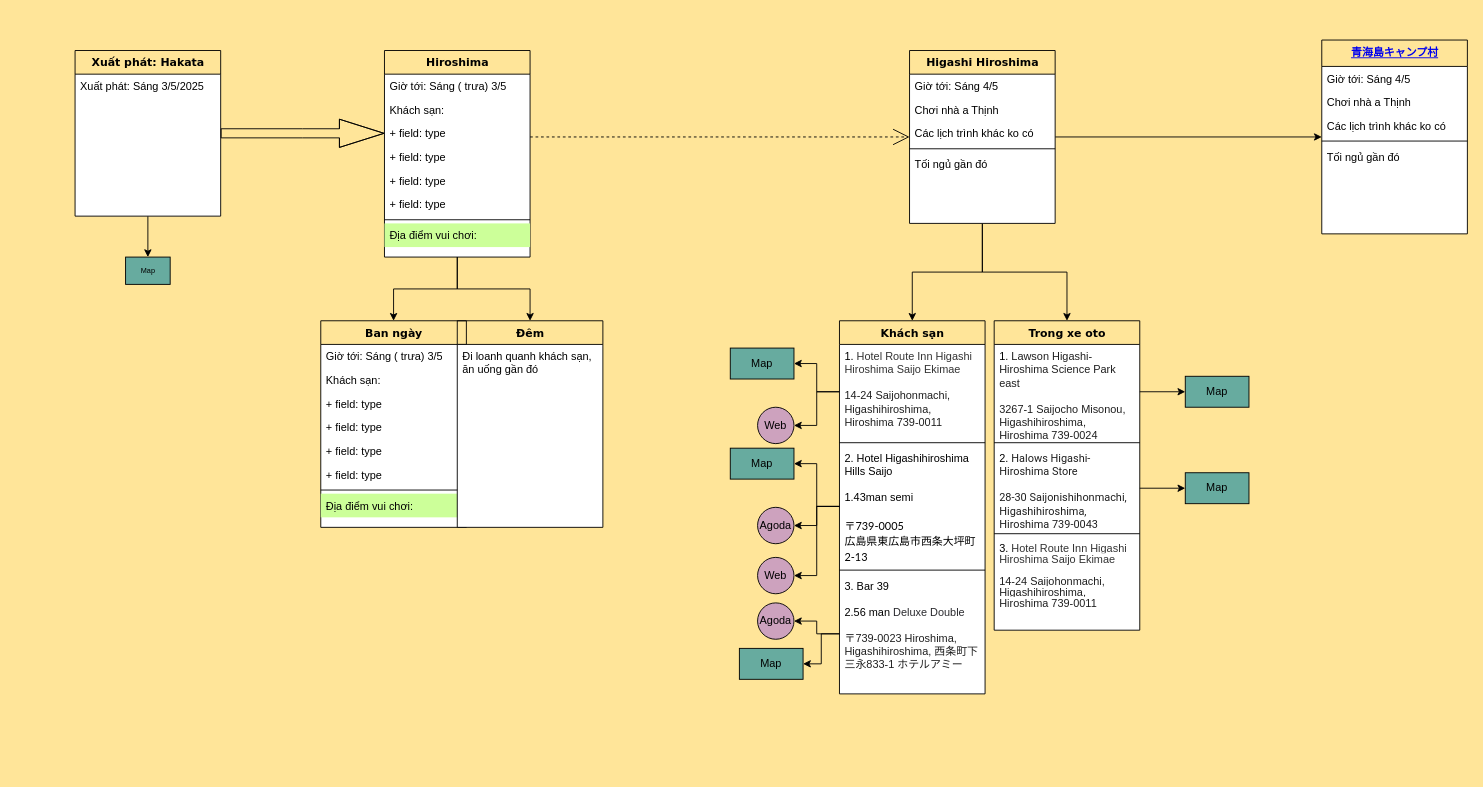
The draw.io diagram T5Hiroshima/Untitled Diagram.drawio in nnh92/Du-Lich, before the edit. Source tidied: cells renumbered, new cells numbered last; positions are measured from the earlier drawing's top-left corner, leaving out a move shared by most shapes. Both pictures are drawn from the tidied source at 91%, with x=0, y=0 at pixel (75, 40).
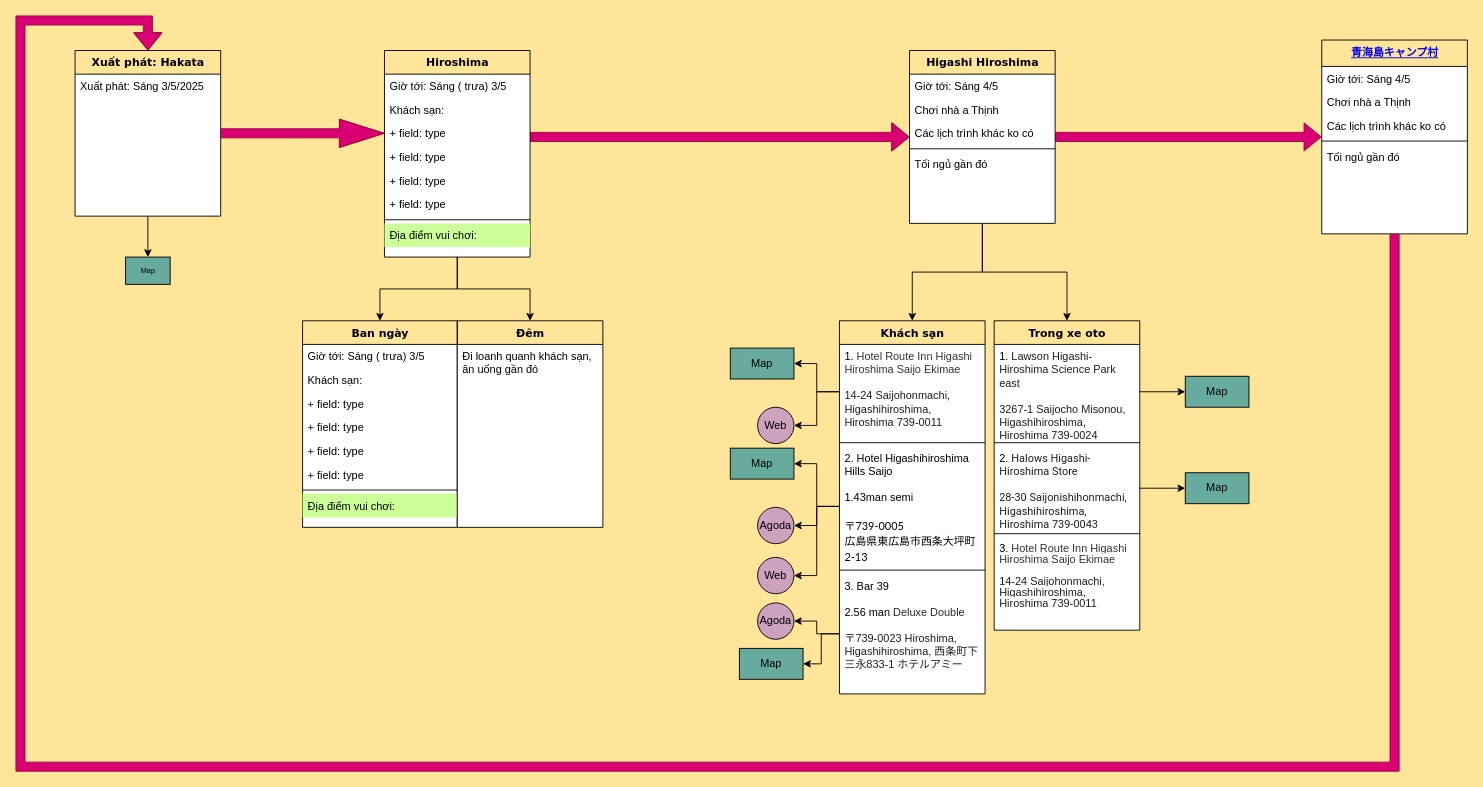
The same diagram, later.

Commit message:
Cập nhật Untitled Diagram.drawio

Unchanged cells that the change refers to:
```xml
<mxCell id="3" value="Xuất phát: Hakata" style="swimlane;html=1;fontStyle=1;align=center;verticalAlign=top;horizontal=1;startSize=26;swimlaneFillColor=#ffffff;rounded=0;shadow=0;comic=0;labelBackgroundColor=none;strokeWidth=1;fillColor=none;fontFamily=Verdana;fontSize=12;" parent="1" vertex="1">
  <mxGeometry y="11" width="160" height="182" as="geometry" />
</mxCell>
<mxCell id="8" value="Hiroshima" style="swimlane;html=1;fontStyle=1;align=center;verticalAlign=top;horizontal=1;startSize=26;swimlaneFillColor=#ffffff;rounded=0;shadow=0;comic=0;labelBackgroundColor=none;strokeWidth=1;fillColor=none;fontFamily=Verdana;fontSize=12;" parent="1" vertex="1">
  <mxGeometry x="340" y="11" width="160" height="227" as="geometry" />
</mxCell>
<mxCell id="20" value="Higashi Hiroshima" style="swimlane;html=1;fontStyle=1;align=center;verticalAlign=top;horizontal=1;startSize=26;swimlaneFillColor=#ffffff;rounded=0;shadow=0;comic=0;labelBackgroundColor=none;strokeWidth=1;fillColor=none;fontFamily=Verdana;fontSize=12;" parent="1" vertex="1">
  <mxGeometry x="917" y="11" width="160" height="190" as="geometry" />
</mxCell>
<mxCell id="50" value="&lt;a href=&quot;https://www.google.co.jp/maps/place/%E9%9D%92%E6%B5%B7%E5%B3%B6%E3%82%AD%E3%83%A3%E3%83%B3%E3%83%97%E6%9D%91/@34.4267188,131.2220582,165m/data=!3m1!1e3!4m10!3m9!1s0x354359131a9f1bb5:0x4dac85babc166edd!5m3!1s2025-05-04!4m1!1i2!8m2!3d34.4271057!4d131.2222746!16s%2Fg%2F1tknyl1v?authuser=0&amp;amp;hl=en&amp;amp;entry=ttu&amp;amp;g_ep=EgoyMDI1MDQyMy4wIKXMDSoASAFQAw%3D%3D&quot;&gt;青海島キャンプ村&lt;/a&gt;" style="swimlane;fontStyle=1;align=center;verticalAlign=top;horizontal=1;startSize=29;swimlaneFillColor=#ffffff;rounded=0;shadow=0;comic=0;labelBackgroundColor=none;strokeWidth=1;fillColor=none;fontFamily=Verdana;fontSize=12;direction=east;html=1;" parent="1" vertex="1">
  <mxGeometry x="1370" y="-0.5" width="160" height="213" as="geometry" />
</mxCell>
```

Change to the diagram source:
```diff
@@
-    <mxCell id="5" style="edgeStyle=elbowEdgeStyle;html=1;labelBackgroundColor=none;startFill=0;startSize=8;endArrow=open;endFill=0;endSize=16;fontFamily=Verdana;fontSize=12;elbow=vertical;dashed=1;" parent="1" edge="1" source="8" target="20">
+    <mxCell id="5" style="edgeStyle=elbowEdgeStyle;html=1;labelBackgroundColor=none;startFill=0;endArrow=open;endFill=0;fontFamily=Verdana;fontSize=12;elbow=vertical;shape=flexArrow;fillColor=#d80073;strokeColor=#A50040;" parent="1" edge="1" source="8" target="20">
       <mxGeometry relative="1" as="geometry" />
     </mxCell>
@@
-    <mxCell id="19" style="edgeStyle=orthogonalEdgeStyle;rounded=0;jettySize=auto;html=1;" parent="1" edge="1" source="20" target="50">
+    <mxCell id="19" style="edgeStyle=orthogonalEdgeStyle;rounded=0;jettySize=auto;html=1;shape=flexArrow;fillColor=#d80073;strokeColor=#A50040;" parent="1" edge="1" source="20" target="50">
       <mxGeometry relative="1" as="geometry" />
     </mxCell>
@@
-    <mxCell id="26" style="edgeStyle=elbowEdgeStyle;html=1;labelBackgroundColor=none;startFill=0;startSize=8;endArrow=diamondThin;endFill=0;endSize=16;fontFamily=Verdana;fontSize=12;elbow=vertical;shape=flexArrow;" parent="1" edge="1" source="3" target="8">
+    <mxCell id="26" style="edgeStyle=elbowEdgeStyle;html=1;labelBackgroundColor=none;startFill=0;startSize=8;endArrow=diamondThin;endFill=0;endSize=16;fontFamily=Verdana;fontSize=12;elbow=vertical;shape=flexArrow;fillColor=#d80073;strokeColor=#A50040;" parent="1" edge="1" source="3" target="8">
       <mxGeometry relative="1" as="geometry" />
     </mxCell>
     <mxCell id="27" value="Ban ngày" style="swimlane;html=1;fontStyle=1;align=center;verticalAlign=top;horizontal=1;startSize=26;swimlaneFillColor=#ffffff;rounded=0;shadow=0;comic=0;labelBackgroundColor=none;strokeWidth=1;fillColor=none;fontFamily=Verdana;fontSize=12;" parent="1" vertex="1">
-      <mxGeometry x="270" y="308" width="160" height="227" as="geometry" />
+      <mxGeometry x="250" y="308" width="170" height="227" as="geometry" />
     </mxCell>
     <mxCell id="28" value="Giờ tới: Sáng ( trưa) 3/5&lt;div&gt;&lt;br&gt;&lt;/div&gt;" style="text;html=1;strokeColor=none;fillColor=none;align=left;verticalAlign=top;spacingLeft=4;spacingRight=4;whiteSpace=wrap;overflow=hidden;" parent="27" vertex="1">
-      <mxGeometry y="26" width="160" height="26" as="geometry" />
+      <mxGeometry y="26" width="170" height="26" as="geometry" />
     </mxCell>
     <mxCell id="29" value="Khách sạn:" style="text;html=1;strokeColor=none;fillColor=none;align=left;verticalAlign=top;spacingLeft=4;spacingRight=4;whiteSpace=wrap;overflow=hidden;" parent="27" vertex="1">
-      <mxGeometry y="52" width="160" height="26" as="geometry" />
+      <mxGeometry y="52" width="170" height="26" as="geometry" />
     </mxCell>
     <mxCell id="30" value="+ field: type" style="text;html=1;strokeColor=none;fillColor=none;align=left;verticalAlign=top;spacingLeft=4;spacingRight=4;whiteSpace=wrap;overflow=hidden;" parent="27" vertex="1">
-      <mxGeometry y="78" width="160" height="26" as="geometry" />
+      <mxGeometry y="78" width="170" height="26" as="geometry" />
     </mxCell>
     <mxCell id="31" value="+ field: type" style="text;html=1;strokeColor=none;fillColor=none;align=left;verticalAlign=top;spacingLeft=4;spacingRight=4;whiteSpace=wrap;overflow=hidden;" parent="27" vertex="1">
-      <mxGeometry y="104" width="160" height="26" as="geometry" />
+      <mxGeometry y="104" width="170" height="26" as="geometry" />
     </mxCell>
     <mxCell id="32" value="+ field: type" style="text;html=1;strokeColor=none;fillColor=none;align=left;verticalAlign=top;spacingLeft=4;spacingRight=4;whiteSpace=wrap;overflow=hidden;" parent="27" vertex="1">
-      <mxGeometry y="130" width="160" height="26" as="geometry" />
+      <mxGeometry y="130" width="170" height="26" as="geometry" />
     </mxCell>
     <mxCell id="33" value="+ field: type" style="text;html=1;strokeColor=none;fillColor=none;align=left;verticalAlign=top;spacingLeft=4;spacingRight=4;whiteSpace=wrap;overflow=hidden;" parent="27" vertex="1">
-      <mxGeometry y="156" width="160" height="26" as="geometry" />
+      <mxGeometry y="156" width="170" height="26" as="geometry" />
     </mxCell>
     <mxCell id="34" style="line;html=1;strokeWidth=1;fillColor=none;align=left;verticalAlign=middle;spacingTop=-1;spacingLeft=3;spacingRight=3;labelPosition=right;" parent="27" vertex="1">
-      <mxGeometry y="182" width="160" height="8" as="geometry" />
+      <mxGeometry y="182" width="170" height="8" as="geometry" />
     </mxCell>
     <mxCell id="35" value="Địa điểm vui chơi:" style="text;html=1;strokeColor=none;fillColor=#CCFF99;align=left;verticalAlign=top;spacingLeft=4;spacingRight=4;whiteSpace=wrap;overflow=hidden;shadow=0;" parent="27" vertex="1">
-      <mxGeometry y="190" width="160" height="26" as="geometry" />
+      <mxGeometry y="190" width="170" height="26" as="geometry" />
     </mxCell>
@@
+    <mxCell id="75" style="edgeStyle=segmentEdgeStyle;endArrow=classic;html=1;curved=0;rounded=0;sourcePerimeterSpacing=0;targetPerimeterSpacing=0;fontSize=12;exitX=0.5;exitY=1;exitDx=0;exitDy=0;entryX=0.5;entryY=0;entryDx=0;entryDy=0;strokeWidth=1;shape=flexArrow;fillColor=#d80073;strokeColor=#A50040;" parent="1" edge="1" source="50" target="3">
+      <mxGeometry relative="1" as="geometry">
+        <Array as="points">
+          <mxPoint x="1450" y="798" />
+          <mxPoint x="-60" y="798" />
+          <mxPoint x="-60" y="-22" />
+          <mxPoint x="80" y="-22" />
+        </Array>
+      </mxGeometry>
+    </mxCell>
```
